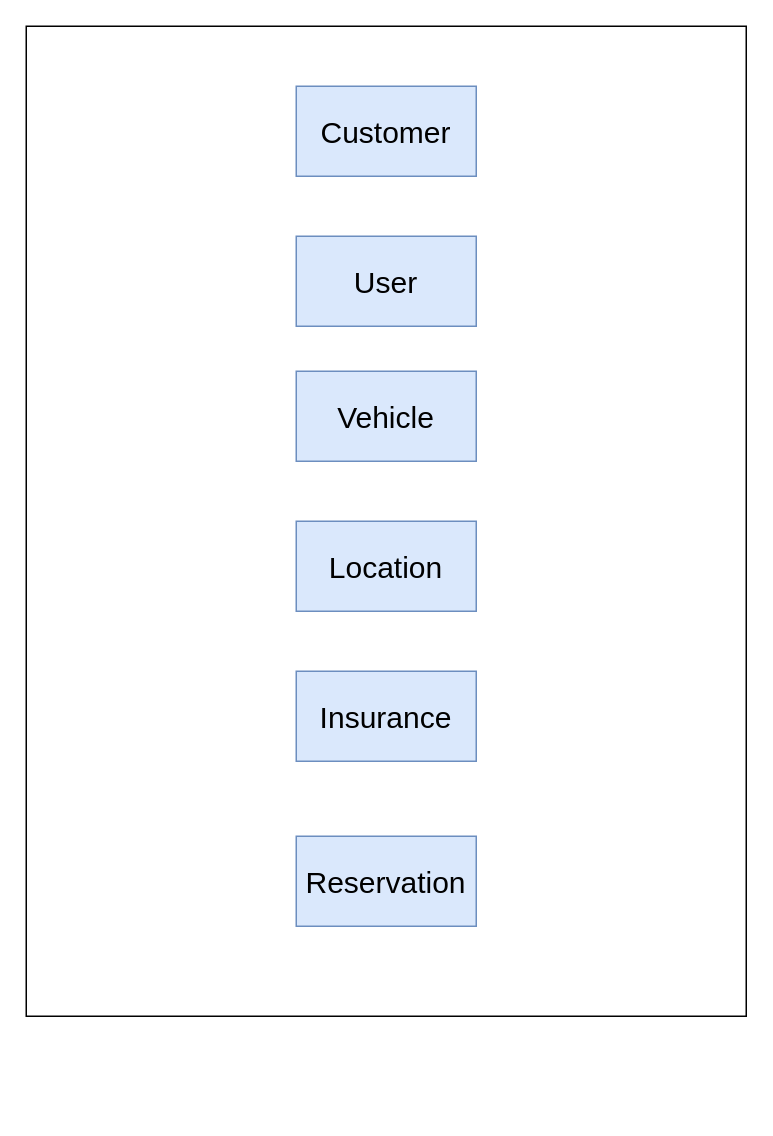
Above: page "Domain" (1 of 3) of OnlineCarReservaction.drawio in nguyenha1311/ha-diagrams (draw.io), before the change. Source tidied: cells renumbered, new cells numbered last; positions are measured from the earlier drawing's top-left corner, leaving out a move shared by most shapes. Both pictures are drawn from the tidied source at 150%, with x=0, y=0 at pixel (26, 26).
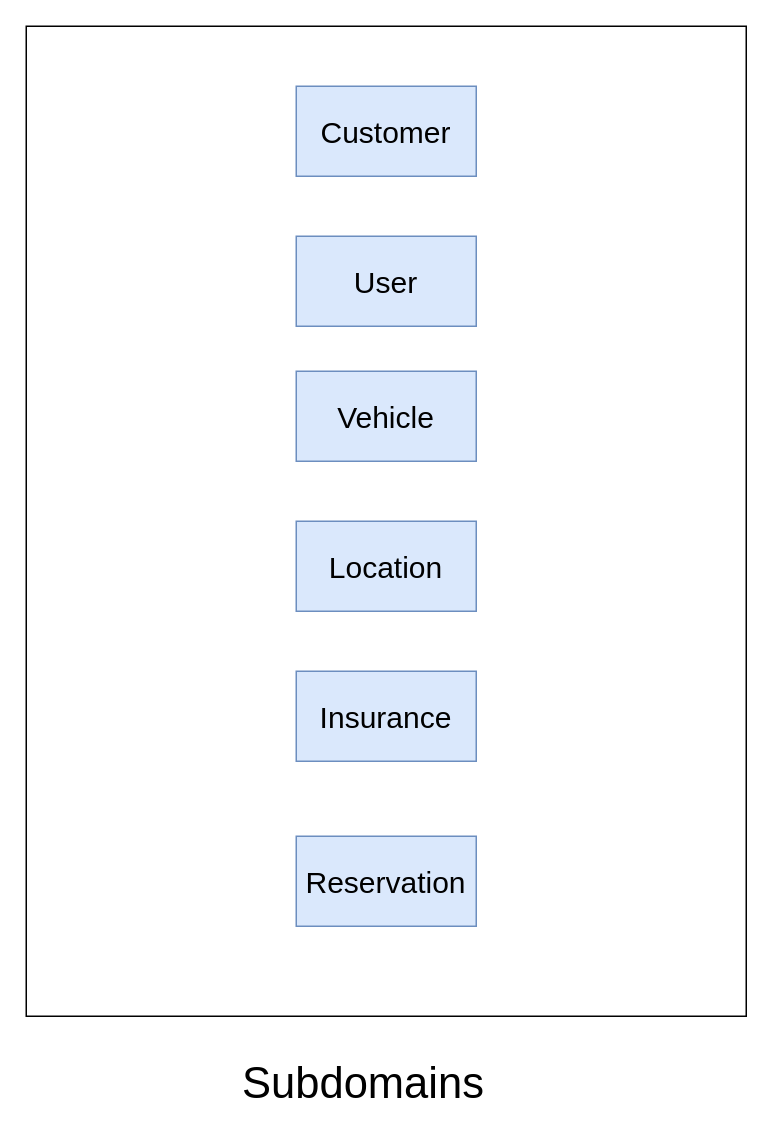
The same page after the edit.

What changed in the source:
```diff
@@
 <mxGraphModel>
   <root>
     <mxCell id="0" />
     <mxCell id="1" parent="0" />
     <mxCell id="2" value="&lt;font style=&quot;font-size: 20px;&quot;&gt;Customer&lt;/font&gt;" style="rounded=0;whiteSpace=wrap;html=1;fillColor=#dae8fc;strokeColor=#6c8ebf;" parent="1" vertex="1">
       <mxGeometry x="180" y="40" width="120" height="60" as="geometry" />
     </mxCell>
     <mxCell id="3" value="&lt;font style=&quot;font-size: 20px;&quot;&gt;User&lt;/font&gt;" style="rounded=0;whiteSpace=wrap;html=1;fillColor=#dae8fc;strokeColor=#6c8ebf;" parent="1" vertex="1">
       <mxGeometry x="180" y="140" width="120" height="60" as="geometry" />
     </mxCell>
     <mxCell id="4" value="&lt;font style=&quot;font-size: 20px;&quot;&gt;Vehicle&lt;/font&gt;" style="rounded=0;whiteSpace=wrap;html=1;fillColor=#dae8fc;strokeColor=#6c8ebf;" parent="1" vertex="1">
       <mxGeometry x="180" y="230" width="120" height="60" as="geometry" />
     </mxCell>
     <mxCell id="5" value="&lt;font style=&quot;font-size: 20px;&quot;&gt;Location&lt;/font&gt;" style="rounded=0;whiteSpace=wrap;html=1;fillColor=#dae8fc;strokeColor=#6c8ebf;" parent="1" vertex="1">
       <mxGeometry x="180" y="330" width="120" height="60" as="geometry" />
     </mxCell>
     <mxCell id="6" value="&lt;font style=&quot;font-size: 20px;&quot;&gt;Reservation&lt;/font&gt;" style="rounded=0;whiteSpace=wrap;html=1;fillColor=#dae8fc;strokeColor=#6c8ebf;" parent="1" vertex="1">
       <mxGeometry x="180" y="540" width="120" height="60" as="geometry" />
     </mxCell>
     <mxCell id="7" value="&lt;font style=&quot;font-size: 20px;&quot;&gt;Insurance&lt;/font&gt;" style="rounded=0;whiteSpace=wrap;html=1;fillColor=#dae8fc;strokeColor=#6c8ebf;" parent="1" vertex="1">
       <mxGeometry x="180" y="430" width="120" height="60" as="geometry" />
     </mxCell>
     <mxCell id="8" style="rounded=0;whiteSpace=wrap;html=1;fontSize=20;fillColor=none;" parent="1" vertex="1">
       <mxGeometry width="480" height="660" as="geometry" />
     </mxCell>
+    <mxCell id="9" value="&lt;font style=&quot;font-size: 29px;&quot;&gt;Subdomains&lt;/font&gt;" style="text;html=1;strokeColor=none;fillColor=none;align=center;verticalAlign=middle;whiteSpace=wrap;rounded=0;fontSize=20;" parent="1" vertex="1">
+      <mxGeometry x="195" y="690" width="60" height="30" as="geometry" />
+    </mxCell>
   </root>
 </mxGraphModel>
```
